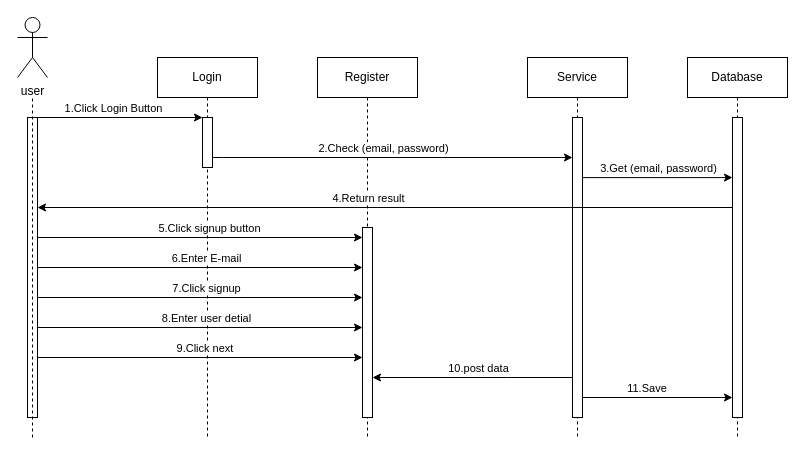
Earlier version of the draw.io diagram page "Register" (1 of 2) of sequence.drawio (B-Chidsanu/project1). Source tidied: cells renumbered, new cells numbered last; positions are measured from the earlier drawing's top-left corner, leaving out a move shared by most shapes. Both pictures are drawn from the tidied source at 100%, with x=0, y=0 at pixel (17, 17).
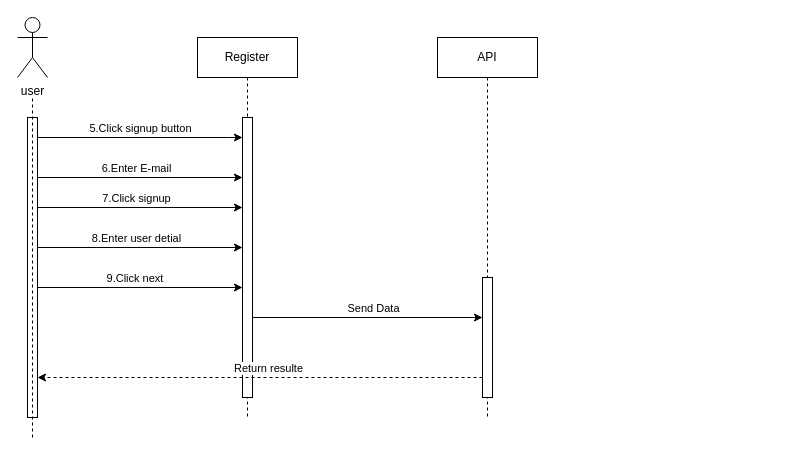
After the change.

The change refers to these unchanged cells:
```xml
<mxCell id="11" style="html=1;points=[];perimeter=orthogonalPerimeter;outlineConnect=0;targetShapes=umlLifeline;portConstraint=eastwest;newEdgeStyle={&quot;edgeStyle&quot;:&quot;elbowEdgeStyle&quot;,&quot;elbow&quot;:&quot;vertical&quot;,&quot;curved&quot;:0,&quot;rounded&quot;:0};" parent="1" vertex="1">
  <mxGeometry x="10" y="100" width="10" height="300" as="geometry" />
</mxCell>
```

What changed in the source:
```diff
@@
-    <mxCell id="2" value="Login" style="shape=umlLifeline;perimeter=lifelinePerimeter;whiteSpace=wrap;html=1;newEdgeStyle={&quot;edgeStyle&quot;:&quot;elbowEdgeStyle&quot;,&quot;elbow&quot;:&quot;vertical&quot;,&quot;curved&quot;:0,&quot;rounded&quot;:0};" parent="1" vertex="1">
-      <mxGeometry x="140" y="40" width="100" height="380" as="geometry" />
-    </mxCell>
-    <mxCell id="3" style="html=1;points=[];perimeter=orthogonalPerimeter;outlineConnect=0;targetShapes=umlLifeline;portConstraint=eastwest;newEdgeStyle={&quot;edgeStyle&quot;:&quot;elbowEdgeStyle&quot;,&quot;elbow&quot;:&quot;vertical&quot;,&quot;curved&quot;:0,&quot;rounded&quot;:0};" parent="2" vertex="1">
-      <mxGeometry x="45" y="60" width="10" height="50" as="geometry" />
-    </mxCell>
-    <mxCell id="4" value="Database" style="shape=umlLifeline;perimeter=lifelinePerimeter;whiteSpace=wrap;html=1;newEdgeStyle={&quot;edgeStyle&quot;:&quot;elbowEdgeStyle&quot;,&quot;elbow&quot;:&quot;vertical&quot;,&quot;curved&quot;:0,&quot;rounded&quot;:0};" parent="1" vertex="1">
-      <mxGeometry x="670" y="40" width="100" height="380" as="geometry" />
-    </mxCell>
-    <mxCell id="5" style="html=1;perimeter=orthogonalPerimeter;targetShapes=umlLifeline;newEdgeStyle={&quot;edgeStyle&quot;:&quot;elbowEdgeStyle&quot;,&quot;elbow&quot;:&quot;vertical&quot;,&quot;curved&quot;:0,&quot;rounded&quot;:0};" parent="4" vertex="1">
-      <mxGeometry x="45" y="60" width="10" height="300" as="geometry" />
-    </mxCell>
-    <mxCell id="6" style="edgeStyle=orthogonalEdgeStyle;rounded=0;jettySize=auto;html=1;exitX=0.5;exitY=0.5;exitDx=0;exitDy=0;exitPerimeter=0;" parent="1" edge="1" target="3">
-      <mxGeometry relative="1" as="geometry">
-        <mxPoint x="20" y="119.7" as="sourcePoint" />
-        <Array as="points">
-          <mxPoint x="20" y="100" />
-        </Array>
-      </mxGeometry>
-    </mxCell>
-    <mxCell id="7" value="1.Click Login Button" style="edgeLabel;html=1;align=center;verticalAlign=middle;" parent="6" vertex="1">
-      <mxGeometry x="0.32" y="-3" relative="1" as="geometry">
-        <mxPoint x="-27" y="-13" as="offset" />
-      </mxGeometry>
-    </mxCell>
@@
-    <mxCell id="9" style="edgeStyle=elbowEdgeStyle;rounded=0;jettySize=auto;html=1;elbow=vertical;curved=0;" parent="1" edge="1" target="14">
+    <mxCell id="9" style="edgeStyle=elbowEdgeStyle;rounded=0;jettySize=auto;html=1;elbow=vertical;curved=0;" parent="1" edge="1" source="11" target="14">
       <mxGeometry relative="1" as="geometry">
-        <mxPoint x="10" y="220" as="sourcePoint" />
+        <Array as="points">
+          <mxPoint x="210" y="120" />
+        </Array>
       </mxGeometry>
     </mxCell>
@@
     <mxCell id="13" value="Register" style="shape=umlLifeline;perimeter=lifelinePerimeter;whiteSpace=wrap;html=1;newEdgeStyle={&quot;edgeStyle&quot;:&quot;elbowEdgeStyle&quot;,&quot;elbow&quot;:&quot;vertical&quot;,&quot;curved&quot;:0,&quot;rounded&quot;:0};" parent="1" vertex="1">
-      <mxGeometry x="300" y="40" width="100" height="380" as="geometry" />
+      <mxGeometry x="180" y="20" width="100" height="380" as="geometry" />
     </mxCell>
     <mxCell id="14" style="html=1;points=[];perimeter=orthogonalPerimeter;outlineConnect=0;targetShapes=umlLifeline;portConstraint=eastwest;newEdgeStyle={&quot;edgeStyle&quot;:&quot;elbowEdgeStyle&quot;,&quot;elbow&quot;:&quot;vertical&quot;,&quot;curved&quot;:0,&quot;rounded&quot;:0};" parent="13" vertex="1">
-      <mxGeometry x="45" y="170" width="10" height="190" as="geometry" />
+      <mxGeometry x="45" y="80" width="10" height="280" as="geometry" />
     </mxCell>
-    <mxCell id="15" style="edgeStyle=elbowEdgeStyle;rounded=0;orthogonalLoop=1;jettySize=auto;html=1;elbow=vertical;curved=0;" parent="1" edge="1">
-      <mxGeometry relative="1" as="geometry">
-        <mxPoint x="195" y="140" as="sourcePoint" />
-        <mxPoint x="555" y="140" as="targetPoint" />
-        <Array as="points">
-          <mxPoint x="205" y="140" />
-        </Array>
-      </mxGeometry>
-    </mxCell>
-    <mxCell id="16" value="2.Check (email, password)" style="edgeLabel;html=1;align=center;verticalAlign=middle;" parent="15" vertex="1">
-      <mxGeometry x="0.04" y="2" relative="1" as="geometry">
-        <mxPoint x="-17" y="-8" as="offset" />
-      </mxGeometry>
-    </mxCell>
-    <mxCell id="17" value="Service" style="shape=umlLifeline;perimeter=lifelinePerimeter;whiteSpace=wrap;html=1;newEdgeStyle={&quot;edgeStyle&quot;:&quot;elbowEdgeStyle&quot;,&quot;elbow&quot;:&quot;vertical&quot;,&quot;curved&quot;:0,&quot;rounded&quot;:0};" parent="1" vertex="1">
-      <mxGeometry x="510" y="40" width="100" height="380" as="geometry" />
+    <mxCell id="17" value="API" style="shape=umlLifeline;perimeter=lifelinePerimeter;whiteSpace=wrap;html=1;newEdgeStyle={&quot;edgeStyle&quot;:&quot;elbowEdgeStyle&quot;,&quot;elbow&quot;:&quot;vertical&quot;,&quot;curved&quot;:0,&quot;rounded&quot;:0};" parent="1" vertex="1">
+      <mxGeometry x="420" y="20" width="100" height="380" as="geometry" />
     </mxCell>
     <mxCell id="18" style="html=1;perimeter=orthogonalPerimeter;targetShapes=umlLifeline;newEdgeStyle={&quot;edgeStyle&quot;:&quot;elbowEdgeStyle&quot;,&quot;elbow&quot;:&quot;vertical&quot;,&quot;curved&quot;:0,&quot;rounded&quot;:0};" parent="17" vertex="1">
-      <mxGeometry x="45" y="60" width="10" height="300" as="geometry" />
+      <mxGeometry x="45" y="240" width="10" height="120" as="geometry" />
     </mxCell>
-    <mxCell id="19" style="edgeStyle=elbowEdgeStyle;rounded=0;orthogonalLoop=1;jettySize=auto;html=1;elbow=vertical;curved=0;entryX=0.5;entryY=0.217;entryDx=0;entryDy=0;entryPerimeter=0;" parent="1" edge="1">
-      <mxGeometry relative="1" as="geometry">
-        <mxPoint x="565" y="160.1" as="sourcePoint" />
-        <mxPoint x="715" y="160" as="targetPoint" />
-        <Array as="points">
-          <mxPoint x="705" y="160.1" />
-        </Array>
-      </mxGeometry>
-    </mxCell>
-    <mxCell id="20" value="3.Get (email, password)" style="edgeLabel;html=1;align=center;verticalAlign=middle;" parent="19" vertex="1">
-      <mxGeometry x="0.04" y="2" relative="1" as="geometry">
-        <mxPoint x="-3" y="-8" as="offset" />
-      </mxGeometry>
-    </mxCell>
-    <mxCell id="21" style="endArrow=classic;html=1;rounded=0;" parent="1" edge="1">
-      <mxGeometry relative="1" as="geometry">
-        <mxPoint x="715" y="190" as="sourcePoint" />
-        <mxPoint x="20" y="190" as="targetPoint" />
-        <Array as="points">
-          <mxPoint x="350" y="190" />
-        </Array>
-      </mxGeometry>
-    </mxCell>
-    <mxCell id="22" value="4.Return result" style="edgeLabel;html=1;align=center;verticalAlign=middle;" parent="21" vertex="1">
-      <mxGeometry y="-2" relative="1" as="geometry">
-        <mxPoint x="-17" y="-8" as="offset" />
-      </mxGeometry>
-    </mxCell>
-    <mxCell id="23" style="endArrow=classic;html=1;rounded=0;" parent="1" edge="1">
-      <mxGeometry relative="1" as="geometry">
-        <mxPoint x="555" y="360" as="sourcePoint" />
-        <mxPoint x="355" y="360" as="targetPoint" />
-        <Array as="points">
-          <mxPoint x="490" y="360" />
-        </Array>
-      </mxGeometry>
-    </mxCell>
-    <mxCell id="24" value="10.post data" style="edgeLabel;html=1;align=center;verticalAlign=middle;" parent="23" vertex="1">
-      <mxGeometry x="0.32" relative="1" as="geometry">
-        <mxPoint x="37" y="-10" as="offset" />
-      </mxGeometry>
-    </mxCell>
     <mxCell id="25" style="endArrow=classic;html=1;rounded=0;" parent="1" edge="1">
       <mxGeometry relative="1" as="geometry">
-        <mxPoint x="20" y="250" as="sourcePoint" />
-        <mxPoint x="345" y="250" as="targetPoint" />
+        <mxPoint x="20" y="160" as="sourcePoint" />
+        <mxPoint x="225" y="160" as="targetPoint" />
       </mxGeometry>
     </mxCell>
@@
     <mxCell id="27" style="endArrow=classic;html=1;rounded=0;" parent="1" edge="1">
       <mxGeometry relative="1" as="geometry">
-        <mxPoint x="20" y="280" as="sourcePoint" />
-        <mxPoint x="345" y="280" as="targetPoint" />
+        <mxPoint x="20" y="190" as="sourcePoint" />
+        <mxPoint x="225" y="190" as="targetPoint" />
       </mxGeometry>
     </mxCell>
@@
     <mxCell id="29" style="endArrow=classic;html=1;rounded=0;" parent="1" edge="1">
       <mxGeometry relative="1" as="geometry">
-        <mxPoint x="20" y="310" as="sourcePoint" />
-        <mxPoint x="345" y="310" as="targetPoint" />
+        <mxPoint x="20" y="230" as="sourcePoint" />
+        <mxPoint x="225" y="230" as="targetPoint" />
       </mxGeometry>
     </mxCell>
@@
     <mxCell id="31" style="endArrow=classic;html=1;rounded=0;" parent="1" edge="1">
       <mxGeometry relative="1" as="geometry">
-        <mxPoint x="20" y="340" as="sourcePoint" />
-        <mxPoint x="345" y="340" as="targetPoint" />
+        <mxPoint x="20" y="270" as="sourcePoint" />
+        <mxPoint x="225" y="270" as="targetPoint" />
       </mxGeometry>
     </mxCell>
@@
-    <mxCell id="33" style="endArrow=classic;html=1;rounded=0;" parent="1" edge="1">
-      <mxGeometry relative="1" as="geometry">
-        <mxPoint x="565" y="380" as="sourcePoint" />
-        <mxPoint x="715" y="380" as="targetPoint" />
-      </mxGeometry>
-    </mxCell>
-    <mxCell id="34" value="11.Save&amp;nbsp;" style="edgeLabel;html=1;align=center;verticalAlign=middle;" parent="33" vertex="1">
-      <mxGeometry x="0.19" relative="1" as="geometry">
-        <mxPoint x="-24" y="-10" as="offset" />
-      </mxGeometry>
-    </mxCell>
+    <mxCell id="35" style="endArrow=classic;html=1;rounded=0;" parent="1" edge="1">
+      <mxGeometry relative="1" as="geometry">
+        <mxPoint x="235" y="300" as="sourcePoint" />
+        <mxPoint x="465" y="300" as="targetPoint" />
+      </mxGeometry>
+    </mxCell>
+    <mxCell id="36" value="Send Data" style="edgeLabel;html=1;align=center;verticalAlign=middle;" parent="35" vertex="1">
+      <mxGeometry x="0.04" y="-1" relative="1" as="geometry">
+        <mxPoint y="-11" as="offset" />
+      </mxGeometry>
+    </mxCell>
+    <mxCell id="37" style="endArrow=classic;html=1;rounded=0;dashed=1;" parent="1" edge="1" target="11">
+      <mxGeometry relative="1" as="geometry">
+        <mxPoint x="465" y="360" as="sourcePoint" />
+      </mxGeometry>
+    </mxCell>
+    <mxCell id="38" value="Return resulte" style="edgeLabel;html=1;align=center;verticalAlign=middle;" parent="37" vertex="1">
+      <mxGeometry x="0.02" y="2" relative="1" as="geometry">
+        <mxPoint x="12" y="-12" as="offset" />
+      </mxGeometry>
+    </mxCell>
```
